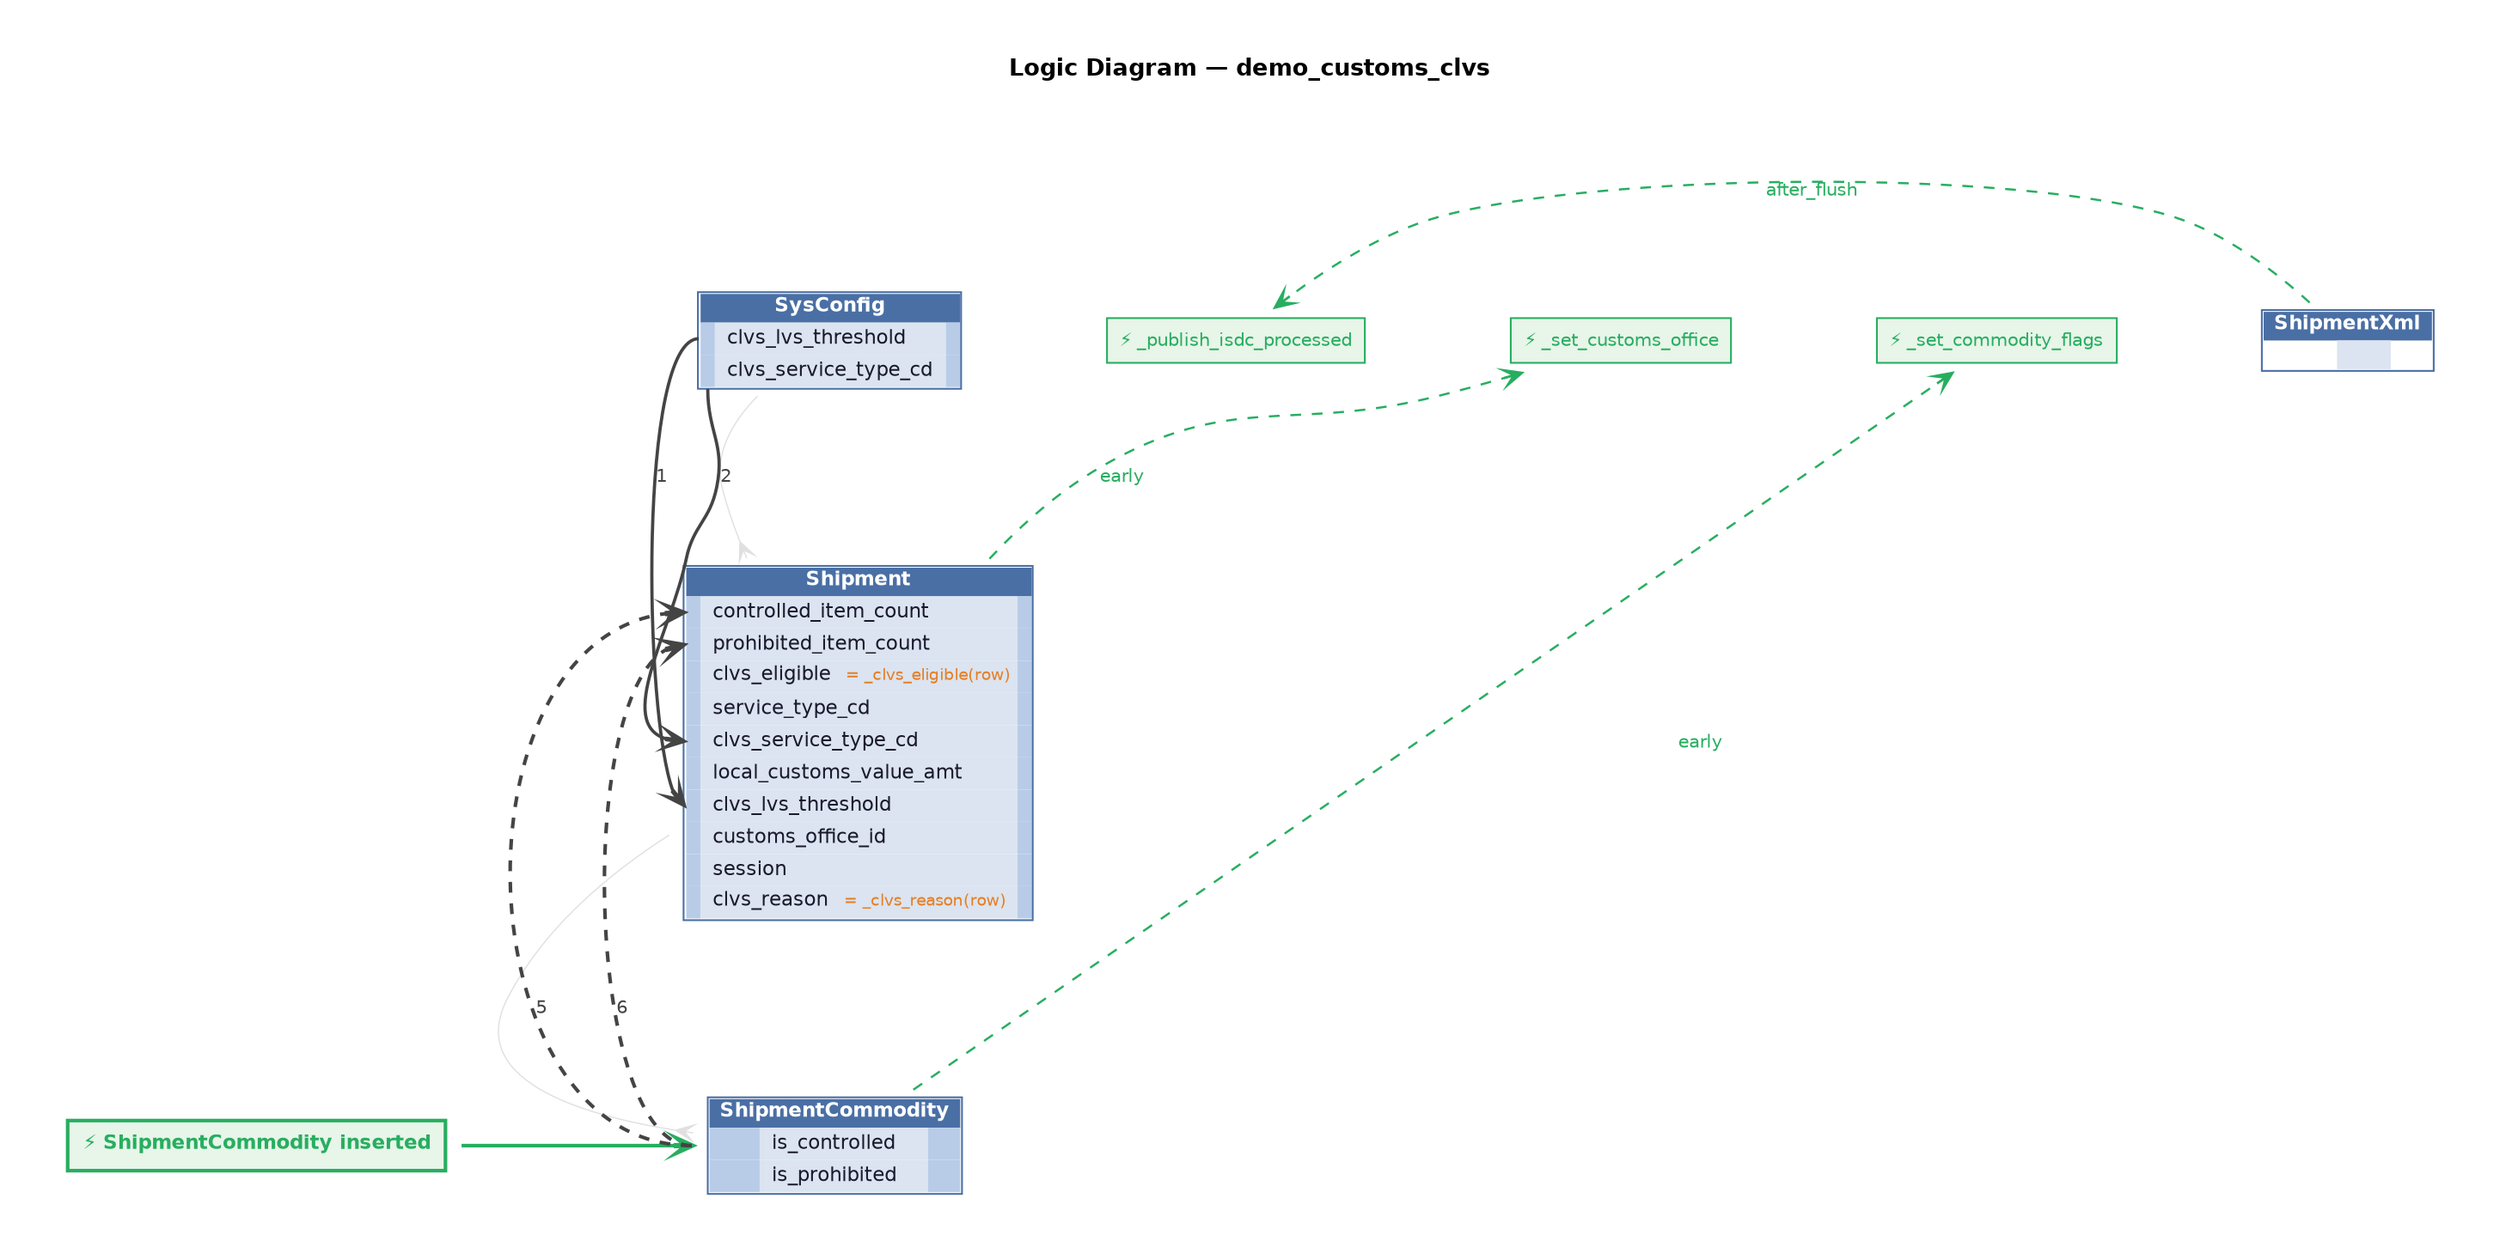
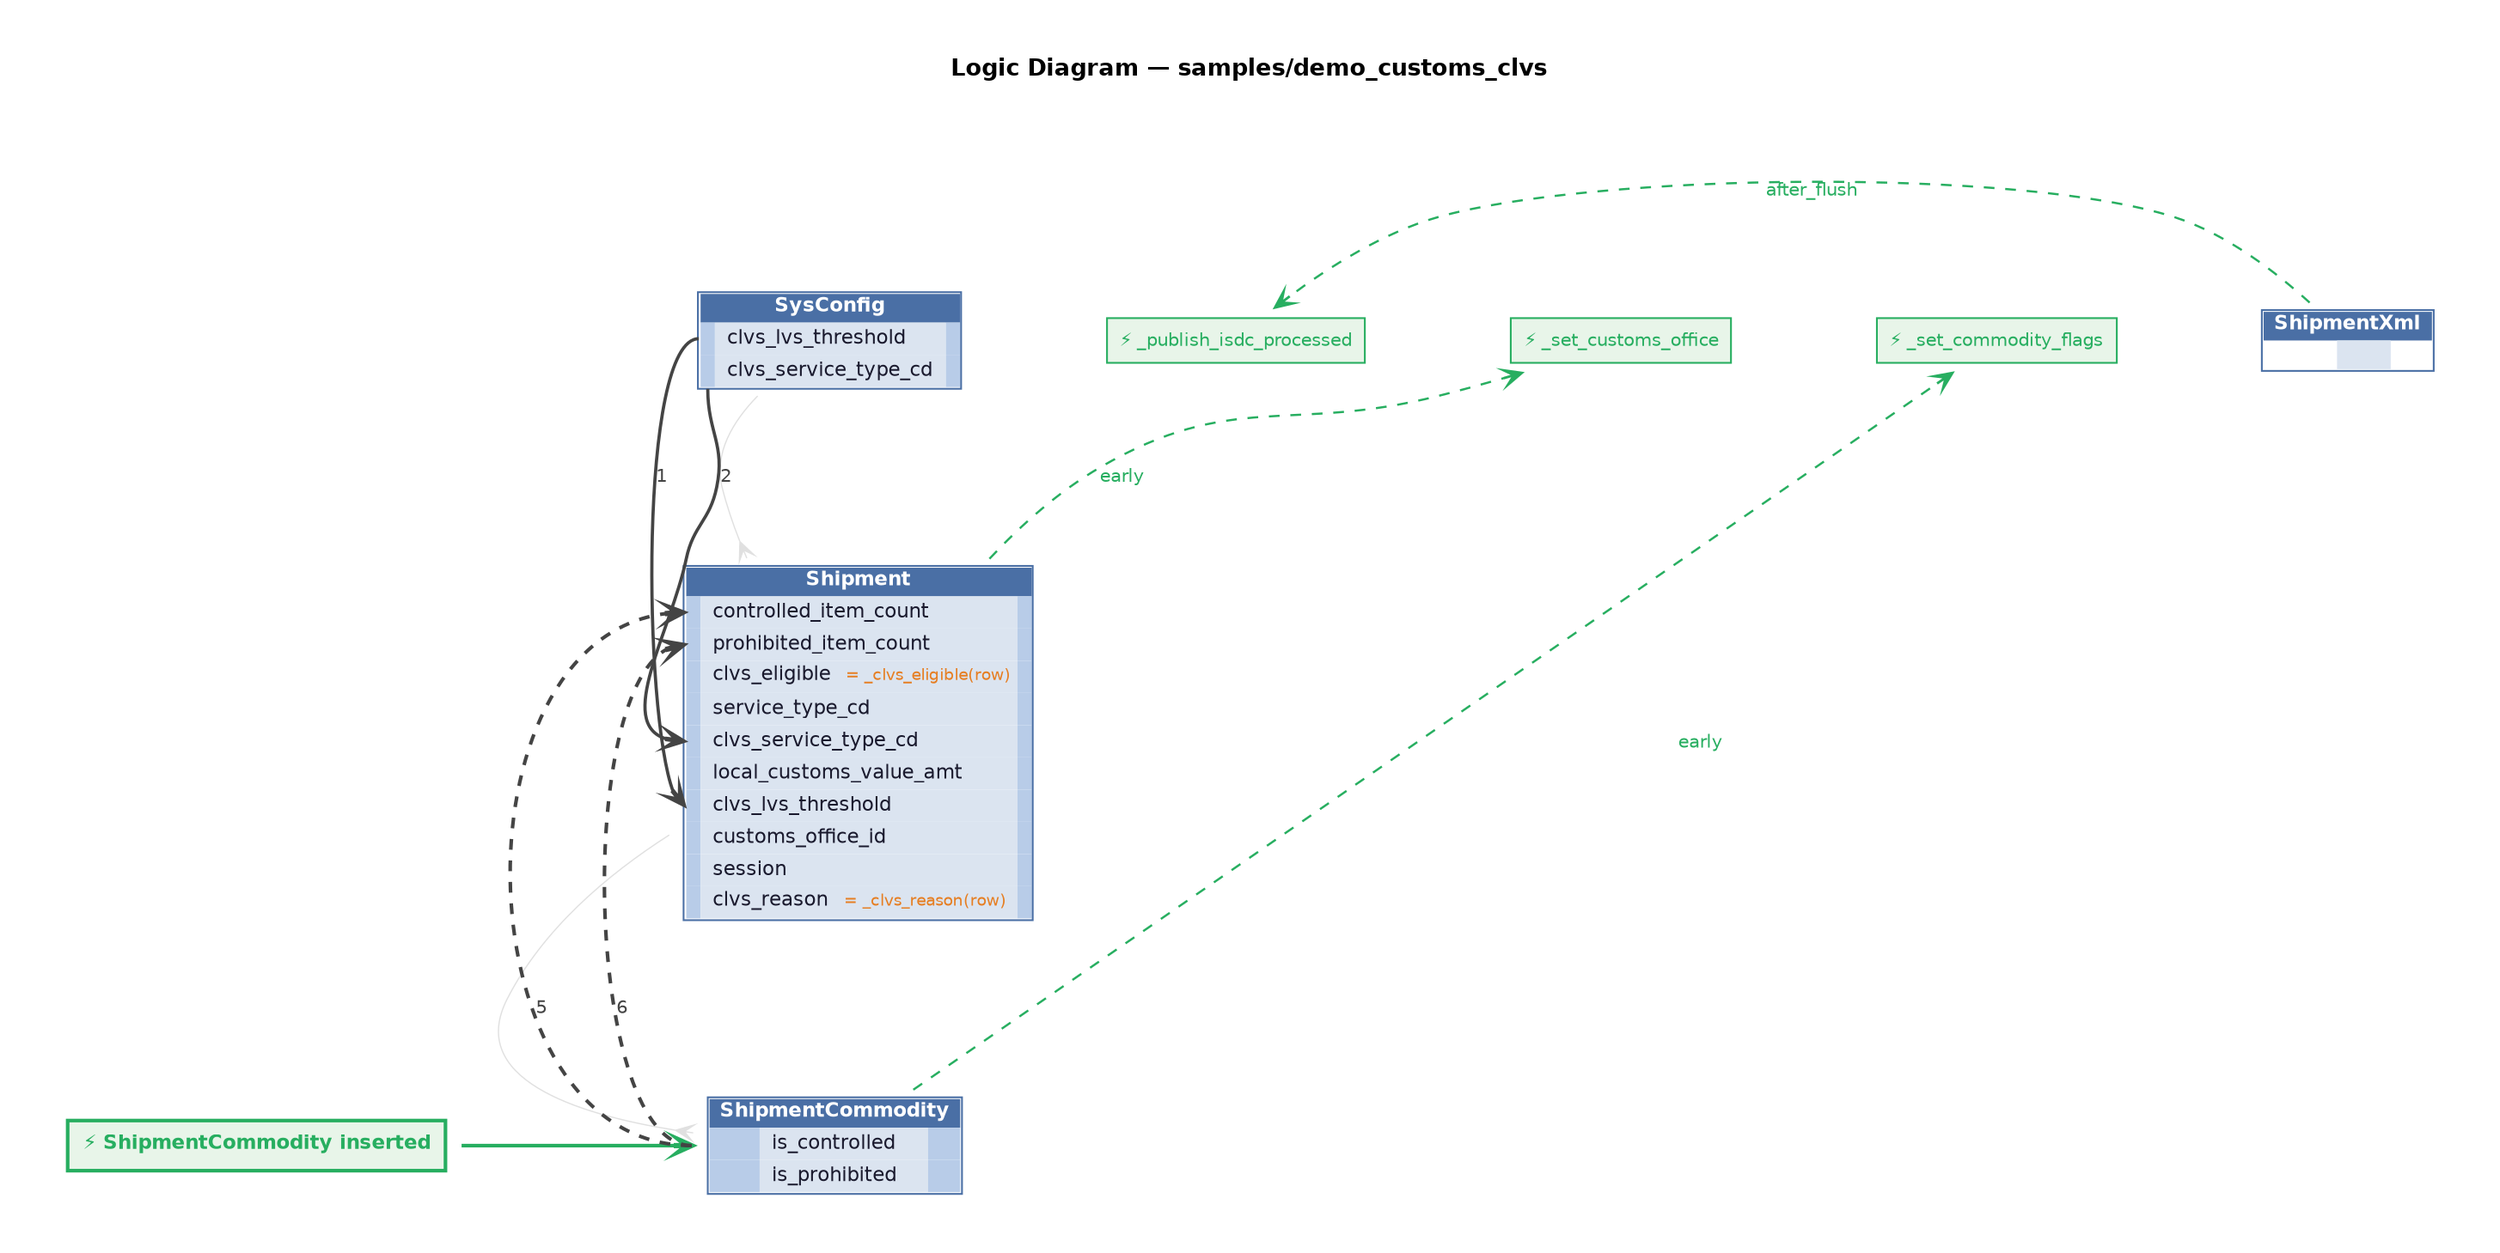
digraph logic {
  graph [rankdir=TB, fontname="Helvetica", fontsize=13,
-          label=<<B>Logic Diagram — demo_customs_clvs</B>>, labelloc=t,
+          label=<<B>Logic Diagram — samples/demo_customs_clvs</B>>, labelloc=t,
         pad=0.4, nodesep=0.90, ranksep=1.10, bgcolor="white",
         splines=spline]
  node  [fontname="Helvetica", fontsize=11, shape=plaintext]
  edge  [fontname="Helvetica", fontsize=10]

  // ── trigger ─────────────────────────────────────────────────────
  TRIGGER [label=<<TABLE BORDER="2" CELLBORDER="0" CELLPADDING="5" BGCOLOR="#e8f5e9" COLOR="#27ae60"><TR><TD><FONT COLOR="#27ae60"><B>&#9889; ShipmentCommodity inserted</B></FONT></TD></TR></TABLE>>, shape=plaintext]

  // ── schema layer ──────────────────────────────────────────────────
  Shipment [label=<<TABLE BORDER="1" CELLBORDER="0" CELLSPACING="0" COLOR="#4a6fa5"><TR><TD COLSPAN="3" BGCOLOR="#4a6fa5"><FONT COLOR="white"><B> Shipment </B></FONT></TD></TR><TR><TD PORT="Shipment_controlled_item_count_w" WIDTH="6" HEIGHT="18" BGCOLOR="#b8cce8"> </TD><TD PORT="Shipment_controlled_item_count" ALIGN="LEFT" BGCOLOR="#dbe4f0" CELLPADDING="3"><FONT COLOR="#1a1a2e"> controlled_item_count </FONT></TD><TD PORT="Shipment_controlled_item_count_e" WIDTH="6" HEIGHT="18" BGCOLOR="#b8cce8"> </TD></TR><TR><TD PORT="Shipment_prohibited_item_count_w" WIDTH="6" HEIGHT="18" BGCOLOR="#b8cce8"> </TD><TD PORT="Shipment_prohibited_item_count" ALIGN="LEFT" BGCOLOR="#dbe4f0" CELLPADDING="3"><FONT COLOR="#1a1a2e"> prohibited_item_count </FONT></TD><TD PORT="Shipment_prohibited_item_count_e" WIDTH="6" HEIGHT="18" BGCOLOR="#b8cce8"> </TD></TR><TR><TD PORT="Shipment_clvs_eligible_w" WIDTH="6" HEIGHT="18" BGCOLOR="#b8cce8"> </TD><TD PORT="Shipment_clvs_eligible" ALIGN="LEFT" BGCOLOR="#dbe4f0" CELLPADDING="3"><FONT COLOR="#1a1a2e"> clvs_eligible </FONT> <FONT COLOR="#e67e22" POINT-SIZE="9">= _clvs_eligible(row)</FONT></TD><TD PORT="Shipment_clvs_eligible_e" WIDTH="6" HEIGHT="18" BGCOLOR="#b8cce8"> </TD></TR><TR><TD PORT="Shipment_service_type_cd_w" WIDTH="6" HEIGHT="18" BGCOLOR="#b8cce8"> </TD><TD PORT="Shipment_service_type_cd" ALIGN="LEFT" BGCOLOR="#dbe4f0" CELLPADDING="3"><FONT COLOR="#1a1a2e"> service_type_cd </FONT></TD><TD PORT="Shipment_service_type_cd_e" WIDTH="6" HEIGHT="18" BGCOLOR="#b8cce8"> </TD></TR><TR><TD PORT="Shipment_clvs_service_type_cd_w" WIDTH="6" HEIGHT="18" BGCOLOR="#b8cce8"> </TD><TD PORT="Shipment_clvs_service_type_cd" ALIGN="LEFT" BGCOLOR="#dbe4f0" CELLPADDING="3"><FONT COLOR="#1a1a2e"> clvs_service_type_cd </FONT></TD><TD PORT="Shipment_clvs_service_type_cd_e" WIDTH="6" HEIGHT="18" BGCOLOR="#b8cce8"> </TD></TR><TR><TD PORT="Shipment_local_customs_value_amt_w" WIDTH="6" HEIGHT="18" BGCOLOR="#b8cce8"> </TD><TD PORT="Shipment_local_customs_value_amt" ALIGN="LEFT" BGCOLOR="#dbe4f0" CELLPADDING="3"><FONT COLOR="#1a1a2e"> local_customs_value_amt </FONT></TD><TD PORT="Shipment_local_customs_value_amt_e" WIDTH="6" HEIGHT="18" BGCOLOR="#b8cce8"> </TD></TR><TR><TD PORT="Shipment_clvs_lvs_threshold_w" WIDTH="6" HEIGHT="18" BGCOLOR="#b8cce8"> </TD><TD PORT="Shipment_clvs_lvs_threshold" ALIGN="LEFT" BGCOLOR="#dbe4f0" CELLPADDING="3"><FONT COLOR="#1a1a2e"> clvs_lvs_threshold </FONT></TD><TD PORT="Shipment_clvs_lvs_threshold_e" WIDTH="6" HEIGHT="18" BGCOLOR="#b8cce8"> </TD></TR><TR><TD PORT="Shipment_customs_office_id_w" WIDTH="6" HEIGHT="18" BGCOLOR="#b8cce8"> </TD><TD PORT="Shipment_customs_office_id" ALIGN="LEFT" BGCOLOR="#dbe4f0" CELLPADDING="3"><FONT COLOR="#1a1a2e"> customs_office_id </FONT></TD><TD PORT="Shipment_customs_office_id_e" WIDTH="6" HEIGHT="18" BGCOLOR="#b8cce8"> </TD></TR><TR><TD PORT="Shipment_session_w" WIDTH="6" HEIGHT="18" BGCOLOR="#b8cce8"> </TD><TD PORT="Shipment_session" ALIGN="LEFT" BGCOLOR="#dbe4f0" CELLPADDING="3"><FONT COLOR="#1a1a2e"> session </FONT></TD><TD PORT="Shipment_session_e" WIDTH="6" HEIGHT="18" BGCOLOR="#b8cce8"> </TD></TR><TR><TD PORT="Shipment_clvs_reason_w" WIDTH="6" HEIGHT="18" BGCOLOR="#b8cce8"> </TD><TD PORT="Shipment_clvs_reason" ALIGN="LEFT" BGCOLOR="#dbe4f0" CELLPADDING="3"><FONT COLOR="#1a1a2e"> clvs_reason </FONT> <FONT COLOR="#e67e22" POINT-SIZE="9">= _clvs_reason(row)</FONT></TD><TD PORT="Shipment_clvs_reason_e" WIDTH="6" HEIGHT="18" BGCOLOR="#b8cce8"> </TD></TR></TABLE>>]
  ShipmentCommodity [label=<<TABLE BORDER="1" CELLBORDER="0" CELLSPACING="0" COLOR="#4a6fa5"><TR><TD COLSPAN="3" BGCOLOR="#4a6fa5"><FONT COLOR="white"><B> ShipmentCommodity </B></FONT></TD></TR><TR><TD PORT="ShipmentCommodity_is_controlled_w" WIDTH="6" HEIGHT="18" BGCOLOR="#b8cce8"> </TD><TD PORT="ShipmentCommodity_is_controlled" ALIGN="LEFT" BGCOLOR="#dbe4f0" CELLPADDING="3"><FONT COLOR="#1a1a2e"> is_controlled </FONT></TD><TD PORT="ShipmentCommodity_is_controlled_e" WIDTH="6" HEIGHT="18" BGCOLOR="#b8cce8"> </TD></TR><TR><TD PORT="ShipmentCommodity_is_prohibited_w" WIDTH="6" HEIGHT="18" BGCOLOR="#b8cce8"> </TD><TD PORT="ShipmentCommodity_is_prohibited" ALIGN="LEFT" BGCOLOR="#dbe4f0" CELLPADDING="3"><FONT COLOR="#1a1a2e"> is_prohibited </FONT></TD><TD PORT="ShipmentCommodity_is_prohibited_e" WIDTH="6" HEIGHT="18" BGCOLOR="#b8cce8"> </TD></TR></TABLE>>]
  ShipmentXml [label=<<TABLE BORDER="1" CELLBORDER="0" CELLSPACING="0" COLOR="#4a6fa5"><TR><TD COLSPAN="3" BGCOLOR="#4a6fa5"><FONT COLOR="white"><B> ShipmentXml </B></FONT></TD></TR><TR><TD></TD><TD BGCOLOR="#dbe4f0"><FONT COLOR="#1a1a2e">  </FONT></TD><TD></TD></TR></TABLE>>]
  SysConfig [label=<<TABLE BORDER="1" CELLBORDER="0" CELLSPACING="0" COLOR="#4a6fa5"><TR><TD COLSPAN="3" BGCOLOR="#4a6fa5"><FONT COLOR="white"><B> SysConfig </B></FONT></TD></TR><TR><TD PORT="SysConfig_clvs_lvs_threshold_w" WIDTH="6" HEIGHT="18" BGCOLOR="#b8cce8"> </TD><TD PORT="SysConfig_clvs_lvs_threshold" ALIGN="LEFT" BGCOLOR="#dbe4f0" CELLPADDING="3"><FONT COLOR="#1a1a2e"> clvs_lvs_threshold </FONT></TD><TD PORT="SysConfig_clvs_lvs_threshold_e" WIDTH="6" HEIGHT="18" BGCOLOR="#b8cce8"> </TD></TR><TR><TD PORT="SysConfig_clvs_service_type_cd_w" WIDTH="6" HEIGHT="18" BGCOLOR="#b8cce8"> </TD><TD PORT="SysConfig_clvs_service_type_cd" ALIGN="LEFT" BGCOLOR="#dbe4f0" CELLPADDING="3"><FONT COLOR="#1a1a2e"> clvs_service_type_cd </FONT></TD><TD PORT="SysConfig_clvs_service_type_cd_e" WIDTH="6" HEIGHT="18" BGCOLOR="#b8cce8"> </TD></TR></TABLE>>]
  // ── rank groupings ────────────────────────────────────────────────
  { rank=min; SysConfig; ShipmentXml }
  { rank=same; Shipment }
  { rank=max; ShipmentCommodity; TRIGGER }

  // ── FK relationships ───────────────────────────────────────────
  Shipment -> SysConfig [color="#e0e0e0", style=solid, arrowhead=none, arrowtail=crow, dir=both, penwidth=0.7, constraint=false, weight=1]
  ShipmentCommodity -> Shipment [color="#e0e0e0", style=solid, arrowhead=none, arrowtail=crow, dir=both, penwidth=0.7, constraint=false, weight=1]

  // ── trigger edge ──────────────────────────────────────────────
  TRIGGER -> ShipmentCommodity [color="#27ae60", style=bold, arrowhead=vee, penwidth=2, weight=10]

  // ── logic edges ────────────────────────────────────────────────────
  SysConfig:SysConfig_clvs_lvs_threshold_w -> Shipment:Shipment_clvs_lvs_threshold_w [label="1", color="#444444", fontcolor="#444444", arrowhead=vee, penwidth=1.8, weight=8]
  SysConfig:SysConfig_clvs_service_type_cd_w -> Shipment:Shipment_clvs_service_type_cd_w [label="2", color="#444444", fontcolor="#444444", arrowhead=vee, penwidth=1.8, weight=8]
  // INTRA:Shipment:controlled_item_count:clvs_eligible:3:0
  // INTRA:Shipment:session:clvs_eligible:3:1
  // INTRA:Shipment:controlled_item_count:clvs_reason:4:2
  // INTRA:Shipment:session:clvs_reason:4:3
  ShipmentCommodity -> Shipment:Shipment_controlled_item_count_w [label="5", color="#444444", fontcolor="#444444", arrowhead=vee, penwidth=2, style=dashed, weight=8, tailport=w]
  ShipmentCommodity -> Shipment:Shipment_prohibited_item_count_w [label="6", color="#444444", fontcolor="#444444", arrowhead=vee, penwidth=2, style=dashed, weight=8, tailport=w]

  // ── events (right cluster) ─────────────────────────────────────
  subgraph cluster_events {
    style=invis
    evt__set_commodity_flags [label=<<TABLE BORDER="1" CELLBORDER="0" CELLPADDING="4" BGCOLOR="#e8f5e9" COLOR="#27ae60"><TR><TD><FONT COLOR="#27ae60" POINT-SIZE="10">&#9889; _set_commodity_flags</FONT></TD></TR></TABLE>>, shape=plaintext]
    evt__set_customs_office [label=<<TABLE BORDER="1" CELLBORDER="0" CELLPADDING="4" BGCOLOR="#e8f5e9" COLOR="#27ae60"><TR><TD><FONT COLOR="#27ae60" POINT-SIZE="10">&#9889; _set_customs_office</FONT></TD></TR></TABLE>>, shape=plaintext]
    evt__publish_isdc_processed [label=<<TABLE BORDER="1" CELLBORDER="0" CELLPADDING="4" BGCOLOR="#e8f5e9" COLOR="#27ae60"><TR><TD><FONT COLOR="#27ae60" POINT-SIZE="10">&#9889; _publish_isdc_processed</FONT></TD></TR></TABLE>>, shape=plaintext]
  }
  ShipmentCommodity -> evt__set_commodity_flags [label="early", color="#27ae60", style=dashed, arrowhead=open, penwidth=1.2, fontcolor="#27ae60", constraint=false]
  Shipment -> evt__set_customs_office [label="early", color="#27ae60", style=dashed, arrowhead=open, penwidth=1.2, fontcolor="#27ae60", constraint=false]
  ShipmentXml -> evt__publish_isdc_processed [label="after_flush", color="#27ae60", style=dashed, arrowhead=open, penwidth=1.2, fontcolor="#27ae60", constraint=false]
}